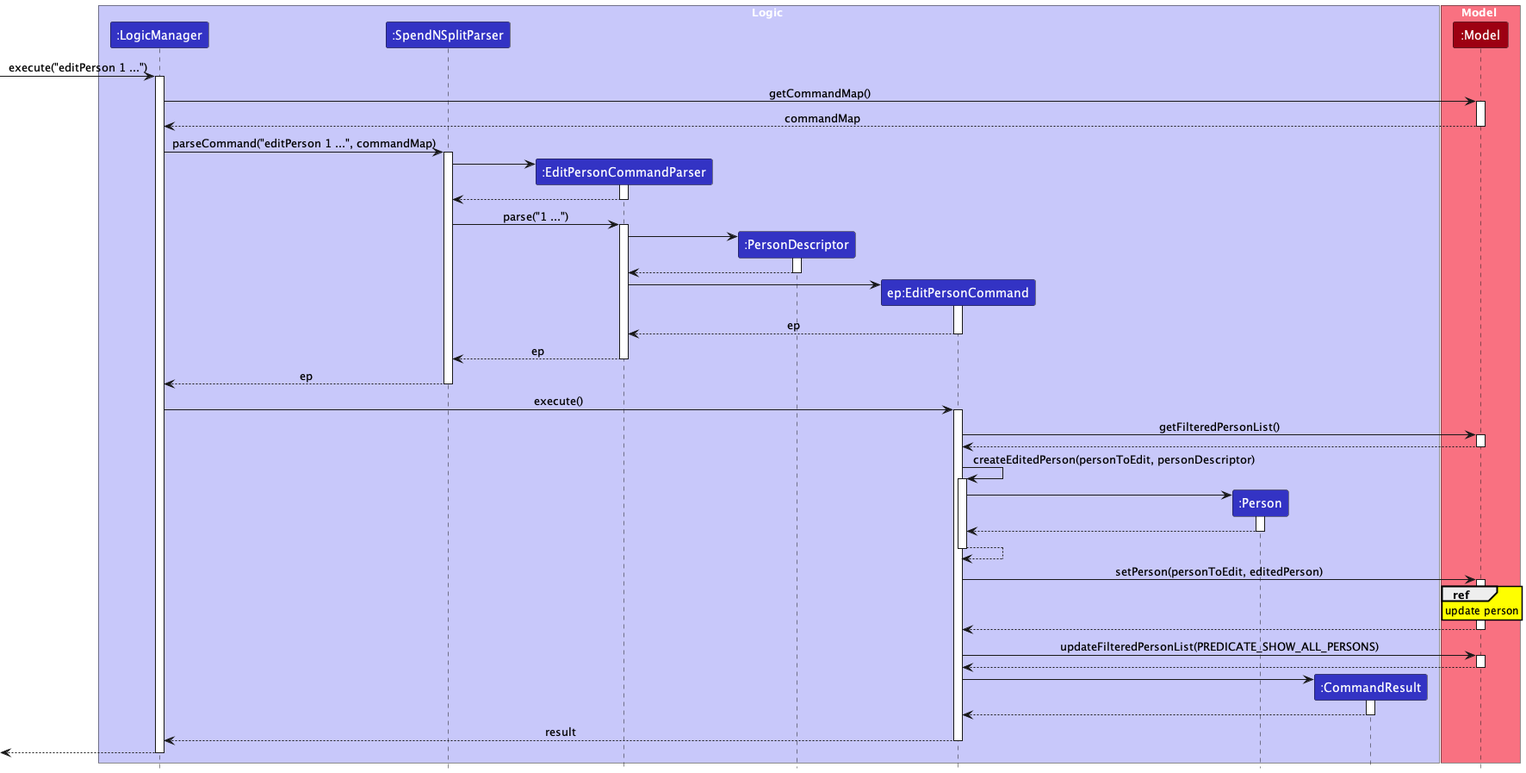
Before: docs/images/EditPersonSequenceDiagram.png, a diagram exported from PlantUML (wui-hong/tp).
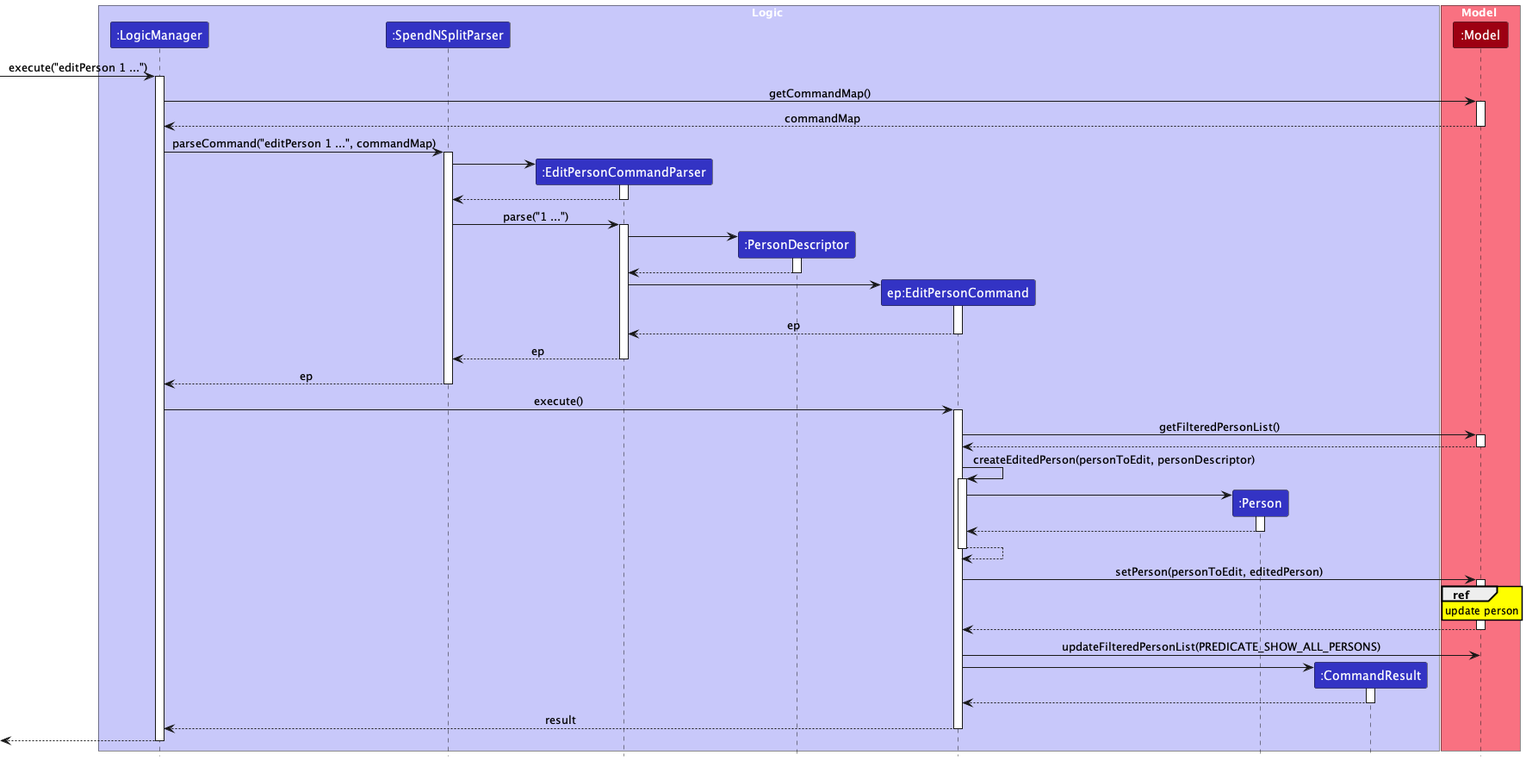
Later version of the same file.

What changed in the source:
```diff
@@ -88,10 +88,7 @@
 deactivate Model
 
 EditPersonCommand -> Model : updateFilteredPersonList(PREDICATE_SHOW_ALL_PERSONS)
-activate Model
 
-Model --> EditPersonCommand
-deactivate Model
 
 create CommandResult
 EditPersonCommand -> CommandResult
```
